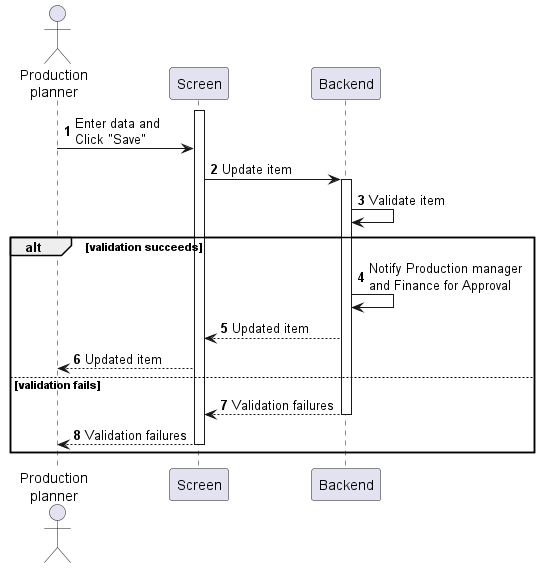
Before: sequences/purchase-requisition-update.png, a diagram exported from PlantUML (phihungha/scmss-reqs).
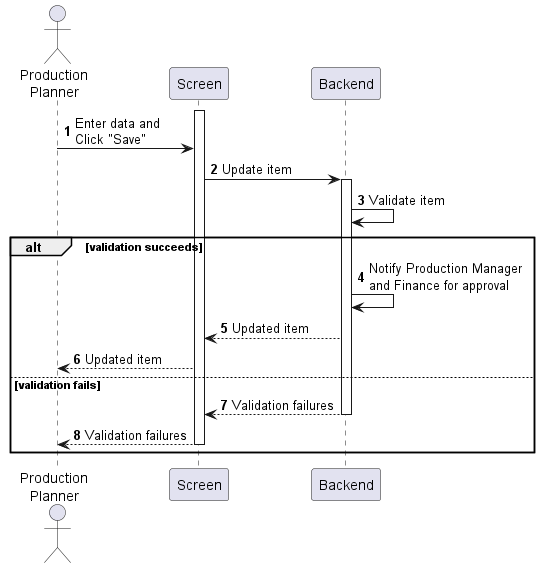
After the change.

Diff of the diagram source:
```diff
@@ -1,7 +1,7 @@
 @startuml purchase-requisition-update
 autonumber
 
-actor "Production\nplanner" as a
+actor "Production\nPlanner" as a
 participant Screen as f
 participant Backend as b
 
@@ -12,7 +12,7 @@
 b -> b : Validate item
 
 alt validation succeeds
-    b -> b : Notify Production manager\nand Finance for Approval
+    b -> b : Notify Production Manager\nand Finance for approval
     b --> f : Updated item
     f --> a : Updated item
 else validation fails
```
